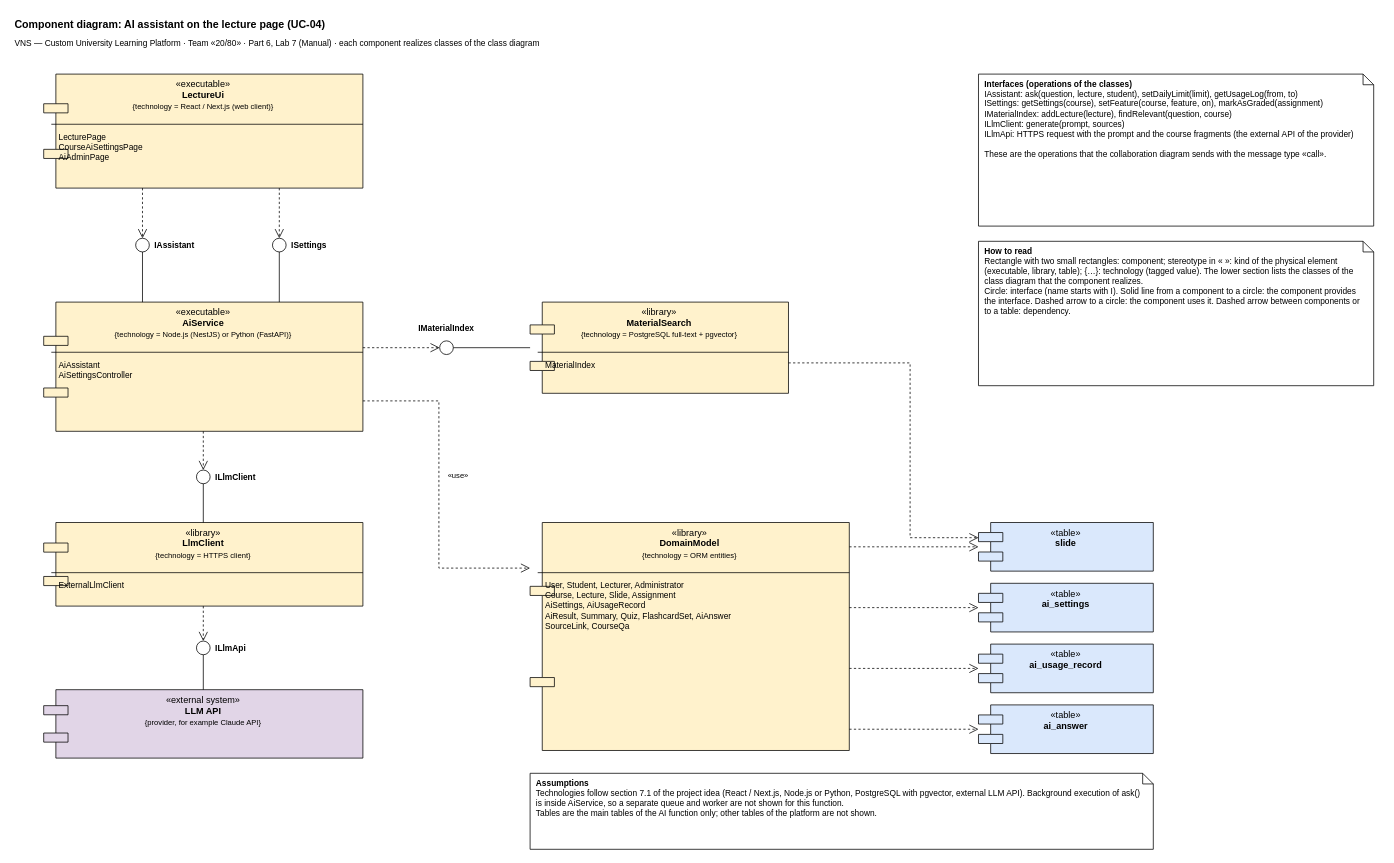
Above: BA/Part 6_Diagramming UML-20260912/Done/Manual/Artifacts/5. Component Diagram_VNS.drawio in yarikshevchuk/business-analysis (draw.io), before the change. Source tidied: cells renumbered, new cells numbered last; positions are measured from the earlier drawing's top-left corner, leaving out a move shared by most shapes. Both pictures are drawn from the tidied source at 76%, with x=0, y=0 at pixel (13, 13).
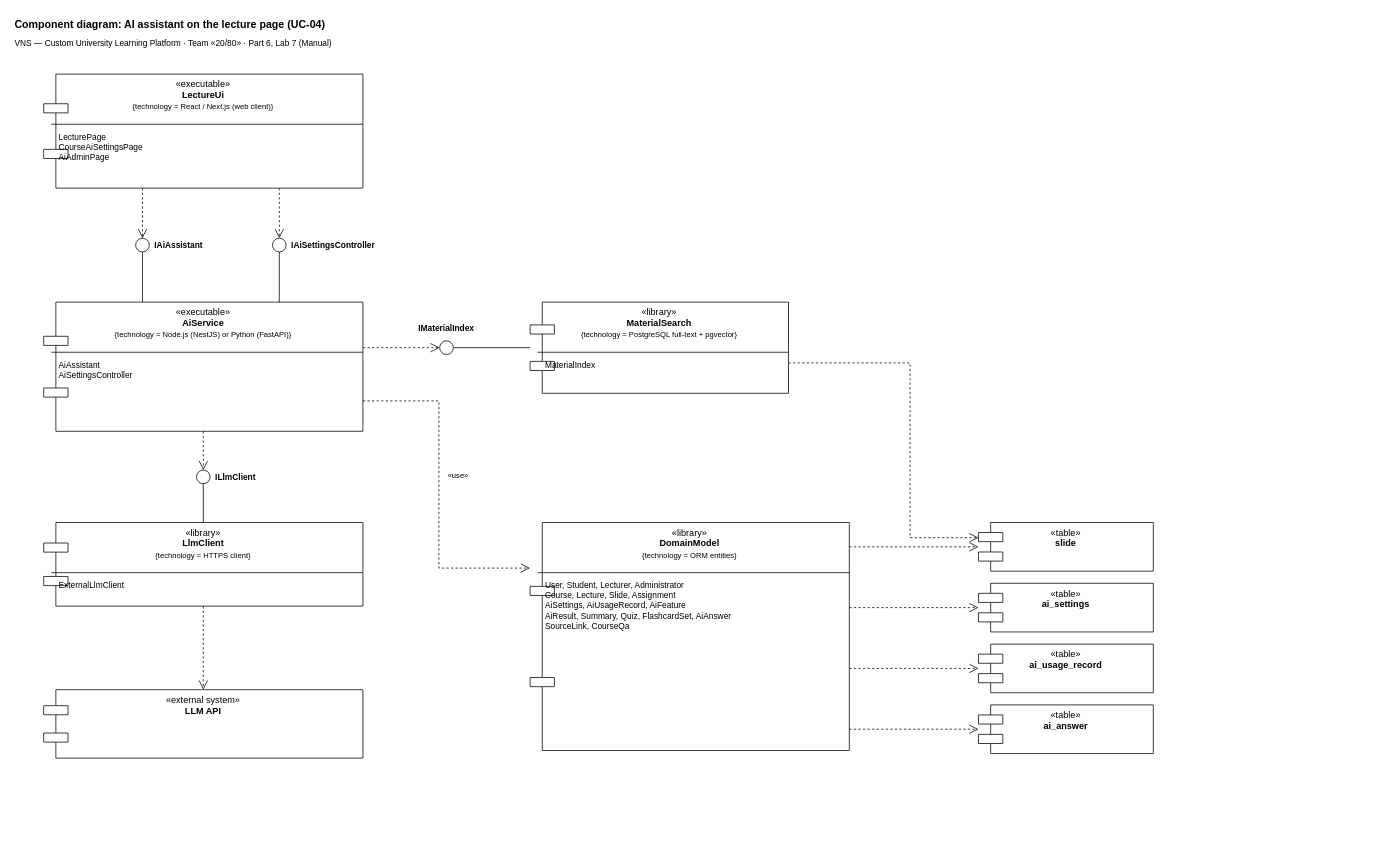
After the change.

Diff of the diagram source:
```diff
@@
-    <mxCell id="3" value="VNS — Custom University Learning Platform · Team «20/80» · Part 6, Lab 7 (Manual) · each component realizes classes of the class diagram" style="text;html=1;align=left;verticalAlign=middle;fontSize=11;whiteSpace=wrap;" parent="1" vertex="1">
+    <mxCell id="3" value="VNS — Custom University Learning Platform · Team «20/80» · Part 6, Lab 7 (Manual)" style="text;html=1;align=left;verticalAlign=middle;fontSize=11;whiteSpace=wrap;" parent="1" vertex="1">
       <mxGeometry y="30" width="1800" height="20" as="geometry" />
     </mxCell>
-    <mxCell id="4" value="«executable»&lt;br&gt;&lt;b&gt;LectureUi&lt;/b&gt;&lt;br&gt;&lt;font style=&quot;font-size:10px&quot;&gt;{technology = React / Next.js (web client)}&lt;/font&gt;" style="shape=component;whiteSpace=wrap;html=1;fillColor=#fff2cc;strokeColor=#000000;fontSize=12;align=center;verticalAlign=top;" parent="1" vertex="1">
+    <mxCell id="4" value="«executable»&lt;br&gt;&lt;b&gt;LectureUi&lt;/b&gt;&lt;br&gt;&lt;font style=&quot;font-size:10px&quot;&gt;{technology = React / Next.js (web client)}&lt;/font&gt;" style="shape=component;whiteSpace=wrap;html=1;fillColor=#ffffff;strokeColor=#000000;fontSize=12;align=center;verticalAlign=top;" parent="1" vertex="1">
       <mxGeometry x="40" y="80" width="420" height="150" as="geometry" />
     </mxCell>
@@
-    <mxCell id="7" value="«executable»&lt;br&gt;&lt;b&gt;AiService&lt;/b&gt;&lt;br&gt;&lt;font style=&quot;font-size:10px&quot;&gt;{technology = Node.js (NestJS) or Python (FastAPI)}&lt;/font&gt;" style="shape=component;whiteSpace=wrap;html=1;fillColor=#fff2cc;strokeColor=#000000;fontSize=12;align=center;verticalAlign=top;" parent="1" vertex="1">
+    <mxCell id="7" value="«executable»&lt;br&gt;&lt;b&gt;AiService&lt;/b&gt;&lt;br&gt;&lt;font style=&quot;font-size:10px&quot;&gt;{technology = Node.js (NestJS) or Python (FastAPI)}&lt;/font&gt;" style="shape=component;whiteSpace=wrap;html=1;fillColor=#ffffff;strokeColor=#000000;fontSize=12;align=center;verticalAlign=top;" parent="1" vertex="1">
       <mxGeometry x="40" y="380" width="420" height="170" as="geometry" />
     </mxCell>
@@
-    <mxCell id="10" value="«library»&lt;br&gt;&lt;b&gt;MaterialSearch&lt;/b&gt;&lt;br&gt;&lt;font style=&quot;font-size:10px&quot;&gt;{technology = PostgreSQL full-text + pgvector}&lt;/font&gt;" style="shape=component;whiteSpace=wrap;html=1;fillColor=#fff2cc;strokeColor=#000000;fontSize=12;align=center;verticalAlign=top;" parent="1" vertex="1">
+    <mxCell id="10" value="«library»&lt;br&gt;&lt;b&gt;MaterialSearch&lt;/b&gt;&lt;br&gt;&lt;font style=&quot;font-size:10px&quot;&gt;{technology = PostgreSQL full-text + pgvector}&lt;/font&gt;" style="shape=component;whiteSpace=wrap;html=1;fillColor=#ffffff;strokeColor=#000000;fontSize=12;align=center;verticalAlign=top;" parent="1" vertex="1">
       <mxGeometry x="680" y="380" width="340" height="120" as="geometry" />
     </mxCell>
@@
-    <mxCell id="13" value="«library»&lt;br&gt;&lt;b&gt;LlmClient&lt;/b&gt;&lt;br&gt;&lt;font style=&quot;font-size:10px&quot;&gt;{technology = HTTPS client}&lt;/font&gt;" style="shape=component;whiteSpace=wrap;html=1;fillColor=#fff2cc;strokeColor=#000000;fontSize=12;align=center;verticalAlign=top;" parent="1" vertex="1">
+    <mxCell id="13" value="«library»&lt;br&gt;&lt;b&gt;LlmClient&lt;/b&gt;&lt;br&gt;&lt;font style=&quot;font-size:10px&quot;&gt;{technology = HTTPS client}&lt;/font&gt;" style="shape=component;whiteSpace=wrap;html=1;fillColor=#ffffff;strokeColor=#000000;fontSize=12;align=center;verticalAlign=top;" parent="1" vertex="1">
       <mxGeometry x="40" y="670" width="420" height="110" as="geometry" />
     </mxCell>
@@
-    <mxCell id="16" value="«external system»&lt;br&gt;&lt;b&gt;LLM API&lt;/b&gt;&lt;br&gt;&lt;font style=&quot;font-size:10px&quot;&gt;{provider, for example Claude API}&lt;/font&gt;" style="shape=component;whiteSpace=wrap;html=1;fillColor=#e1d5e7;strokeColor=#000000;fontSize=12;align=center;verticalAlign=top;" parent="1" vertex="1">
+    <mxCell id="16" value="«external system»&lt;br&gt;&lt;b&gt;LLM API&lt;/b&gt;" style="shape=component;whiteSpace=wrap;html=1;fillColor=#ffffff;strokeColor=#000000;fontSize=12;align=center;verticalAlign=top;" parent="1" vertex="1">
       <mxGeometry x="40" y="890" width="420" height="90" as="geometry" />
     </mxCell>
-    <mxCell id="17" value="«library»&lt;br&gt;&lt;b&gt;DomainModel&lt;/b&gt;&lt;br&gt;&lt;font style=&quot;font-size:10px&quot;&gt;{technology = ORM entities}&lt;/font&gt;" style="shape=component;whiteSpace=wrap;html=1;fillColor=#fff2cc;strokeColor=#000000;fontSize=12;align=center;verticalAlign=top;" parent="1" vertex="1">
+    <mxCell id="17" value="«library»&lt;br&gt;&lt;b&gt;DomainModel&lt;/b&gt;&lt;br&gt;&lt;font style=&quot;font-size:10px&quot;&gt;{technology = ORM entities}&lt;/font&gt;" style="shape=component;whiteSpace=wrap;html=1;fillColor=#ffffff;strokeColor=#000000;fontSize=12;align=center;verticalAlign=top;" parent="1" vertex="1">
       <mxGeometry x="680" y="670" width="420" height="300" as="geometry" />
     </mxCell>
@@
-    <mxCell id="19" value="User, Student, Lecturer, Administrator&lt;br&gt;Course, Lecture, Slide, Assignment&lt;br&gt;AiSettings, AiUsageRecord&lt;br&gt;AiResult, Summary, Quiz, FlashcardSet, AiAnswer&lt;br&gt;SourceLink, CourseQa" style="text;strokeColor=none;fillColor=none;align=left;verticalAlign=top;spacingLeft=8;spacingRight=4;whiteSpace=wrap;html=1;fontSize=11;" parent="17" vertex="1">
+    <mxCell id="19" value="User, Student, Lecturer, Administrator&lt;br&gt;Course, Lecture, Slide, Assignment&lt;br&gt;AiSettings, AiUsageRecord, AiFeature&lt;br&gt;AiResult, Summary, Quiz, FlashcardSet, AiAnswer&lt;br&gt;SourceLink, CourseQa" style="text;strokeColor=none;fillColor=none;align=left;verticalAlign=top;spacingLeft=8;spacingRight=4;whiteSpace=wrap;html=1;fontSize=11;" parent="17" vertex="1">
       <mxGeometry x="10" y="70" width="410" height="230" as="geometry" />
     </mxCell>
-    <mxCell id="20" value="«table»&lt;br&gt;&lt;b&gt;slide&lt;/b&gt;" style="shape=component;whiteSpace=wrap;html=1;fillColor=#dae8fc;strokeColor=#000000;fontSize=12;align=center;verticalAlign=top;" parent="1" vertex="1">
+    <mxCell id="20" value="«table»&lt;br&gt;&lt;b&gt;slide&lt;/b&gt;" style="shape=component;whiteSpace=wrap;html=1;fillColor=#ffffff;strokeColor=#000000;fontSize=12;align=center;verticalAlign=top;" parent="1" vertex="1">
       <mxGeometry x="1270" y="670" width="230" height="64" as="geometry" />
     </mxCell>
-    <mxCell id="21" value="«table»&lt;br&gt;&lt;b&gt;ai_settings&lt;/b&gt;" style="shape=component;whiteSpace=wrap;html=1;fillColor=#dae8fc;strokeColor=#000000;fontSize=12;align=center;verticalAlign=top;" parent="1" vertex="1">
+    <mxCell id="21" value="«table»&lt;br&gt;&lt;b&gt;ai_settings&lt;/b&gt;" style="shape=component;whiteSpace=wrap;html=1;fillColor=#ffffff;strokeColor=#000000;fontSize=12;align=center;verticalAlign=top;" parent="1" vertex="1">
       <mxGeometry x="1270" y="750" width="230" height="64" as="geometry" />
     </mxCell>
-    <mxCell id="22" value="«table»&lt;br&gt;&lt;b&gt;ai_usage_record&lt;/b&gt;" style="shape=component;whiteSpace=wrap;html=1;fillColor=#dae8fc;strokeColor=#000000;fontSize=12;align=center;verticalAlign=top;" parent="1" vertex="1">
+    <mxCell id="22" value="«table»&lt;br&gt;&lt;b&gt;ai_usage_record&lt;/b&gt;" style="shape=component;whiteSpace=wrap;html=1;fillColor=#ffffff;strokeColor=#000000;fontSize=12;align=center;verticalAlign=top;" parent="1" vertex="1">
       <mxGeometry x="1270" y="830" width="230" height="64" as="geometry" />
     </mxCell>
-    <mxCell id="23" value="«table»&lt;br&gt;&lt;b&gt;ai_answer&lt;/b&gt;" style="shape=component;whiteSpace=wrap;html=1;fillColor=#dae8fc;strokeColor=#000000;fontSize=12;align=center;verticalAlign=top;" parent="1" vertex="1">
+    <mxCell id="23" value="«table»&lt;br&gt;&lt;b&gt;ai_answer&lt;/b&gt;" style="shape=component;whiteSpace=wrap;html=1;fillColor=#ffffff;strokeColor=#000000;fontSize=12;align=center;verticalAlign=top;" parent="1" vertex="1">
       <mxGeometry x="1270" y="910" width="230" height="64" as="geometry" />
     </mxCell>
@@
-    <mxCell id="25" value="&lt;b&gt;IAssistant&lt;/b&gt;" style="text;html=1;align=left;verticalAlign=middle;fontSize=11;whiteSpace=wrap;" parent="1" vertex="1">
-      <mxGeometry x="184" y="296" width="150" height="18" as="geometry" />
+    <mxCell id="25" value="&lt;b&gt;IAiAssistant&lt;/b&gt;" style="text;html=1;align=left;verticalAlign=middle;fontSize=11;whiteSpace=wrap;" parent="1" vertex="1">
+      <mxGeometry x="184" y="296" width="180" height="18" as="geometry" />
     </mxCell>
@@
-    <mxCell id="29" value="&lt;b&gt;ISettings&lt;/b&gt;" style="text;html=1;align=left;verticalAlign=middle;fontSize=11;whiteSpace=wrap;" parent="1" vertex="1">
-      <mxGeometry x="364" y="296" width="150" height="18" as="geometry" />
+    <mxCell id="29" value="&lt;b&gt;IAiSettingsController&lt;/b&gt;" style="text;html=1;align=left;verticalAlign=middle;fontSize=11;whiteSpace=wrap;" parent="1" vertex="1">
+      <mxGeometry x="364" y="296" width="230" height="18" as="geometry" />
     </mxCell>
@@
-    <mxCell id="40" style="ellipse;html=1;fillColor=#ffffff;strokeColor=#000000;" parent="1" vertex="1">
-      <mxGeometry x="241" y="826" width="18" height="18" as="geometry" />
-    </mxCell>
-    <mxCell id="41" value="&lt;b&gt;ILlmApi&lt;/b&gt;" style="text;html=1;align=left;verticalAlign=middle;fontSize=11;whiteSpace=wrap;" parent="1" vertex="1">
-      <mxGeometry x="264" y="826" width="150" height="18" as="geometry" />
-    </mxCell>
     <mxCell id="42" style="html=1;rounded=0;strokeColor=#000000;endArrow=open;endSize=10;dashed=1;" parent="1" edge="1">
       <mxGeometry relative="1" as="geometry">
         <mxPoint x="250" y="780" as="sourcePoint" />
-        <mxPoint x="250" y="826" as="targetPoint" />
+        <mxPoint x="250" y="890" as="targetPoint" />
       </mxGeometry>
     </mxCell>
-    <mxCell id="43" style="html=1;rounded=0;strokeColor=#000000;endArrow=none;" parent="1" edge="1">
-      <mxGeometry relative="1" as="geometry">
-        <mxPoint x="250" y="890" as="sourcePoint" />
-        <mxPoint x="250" y="844" as="targetPoint" />
-      </mxGeometry>
-    </mxCell>
@@
-    <mxCell id="51" value="&lt;b&gt;Interfaces (operations of the classes)&lt;/b&gt;&lt;br&gt;IAssistant: ask(question, lecture, student), setDailyLimit(limit), getUsageLog(from, to)&lt;br&gt;ISettings: getSettings(course), setFeature(course, feature, on), markAsGraded(assignment)&lt;br&gt;IMaterialIndex: addLecture(lecture), findRelevant(question, course)&lt;br&gt;ILlmClient: generate(prompt, sources)&lt;br&gt;ILlmApi: HTTPS request with the prompt and the course fragments (the external API of the provider)&lt;br&gt;&lt;br&gt;These are the operations that the collaboration diagram sends with the message type «call»." style="shape=note;whiteSpace=wrap;html=1;size=14;fillColor=#ffffff;strokeColor=#000000;align=left;verticalAlign=top;spacingLeft=6;spacingRight=6;fontSize=11;" parent="1" vertex="1">
-      <mxGeometry x="1270" y="80" width="520" height="200" as="geometry" />
-    </mxCell>
-    <mxCell id="52" value="&lt;b&gt;How to read&lt;/b&gt;&lt;br&gt;Rectangle with two small rectangles: component; stereotype in « »: kind of the physical element (executable, library, table); {…}: technology (tagged value). The lower section lists the classes of the class diagram that the component realizes.&lt;br&gt;Circle: interface (name starts with I). Solid line from a component to a circle: the component provides the interface. Dashed arrow to a circle: the component uses it. Dashed arrow between components or to a table: dependency." style="shape=note;whiteSpace=wrap;html=1;size=14;fillColor=#ffffff;strokeColor=#000000;align=left;verticalAlign=top;spacingLeft=6;spacingRight=6;fontSize=11;" parent="1" vertex="1">
-      <mxGeometry x="1270" y="300" width="520" height="190" as="geometry" />
-    </mxCell>
-    <mxCell id="53" value="&lt;b&gt;Assumptions&lt;/b&gt;&lt;br&gt;Technologies follow section 7.1 of the project idea (React / Next.js, Node.js or Python, PostgreSQL with pgvector, external LLM API). Background execution of ask() is inside AiService, so a separate queue and worker are not shown for this function.&lt;br&gt;Tables are the main tables of the AI function only; other tables of the platform are not shown." style="shape=note;whiteSpace=wrap;html=1;size=14;fillColor=#ffffff;strokeColor=#000000;align=left;verticalAlign=top;spacingLeft=6;spacingRight=6;fontSize=11;" parent="1" vertex="1">
-      <mxGeometry x="680" y="1000" width="820" height="100" as="geometry" />
-    </mxCell>
```
